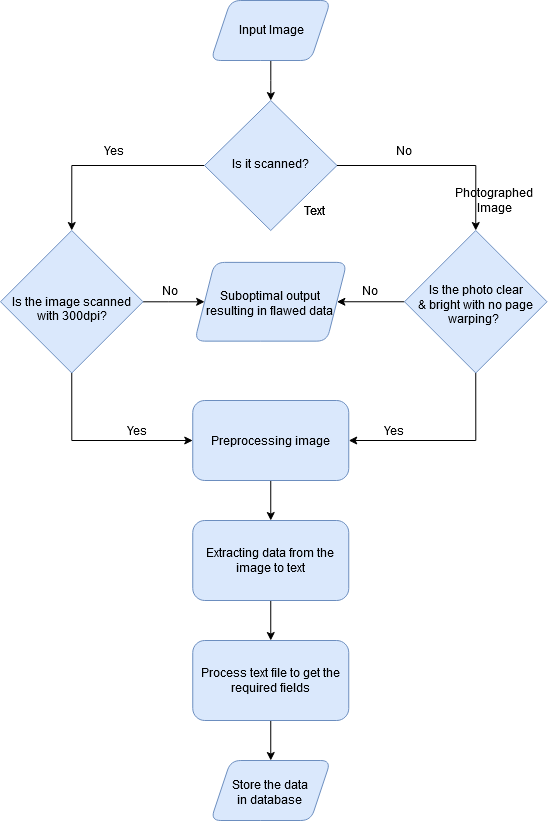
Earlier version of the draw.io export Untitled Diagram.png (NiThIn-S/first). Source tidied: cells renumbered, new cells last; positions are measured from the earlier drawing's top-left corner, leaving out a move shared by most shapes.
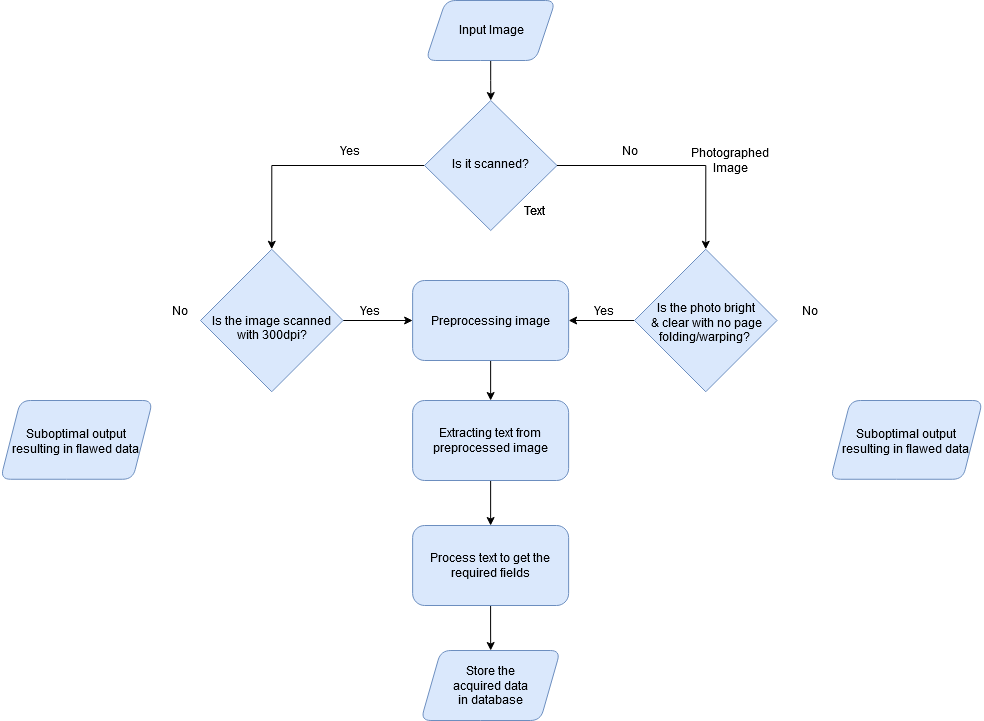
Later version of the same file.

The edit, as a diff of the source:
```diff
@@ -2,14 +2,11 @@
   <root>
     <mxCell id="0" />
     <mxCell id="1" parent="0" />
-    <mxCell id="2" style="edgeStyle=orthogonalEdgeStyle;rounded=0;jettySize=auto;html=1;exitX=0.5;exitY=1;exitDx=0;exitDy=0;entryX=1;entryY=0.5;entryDx=0;entryDy=0;" parent="1" edge="1" source="4" target="17">
+    <mxCell id="2" style="edgeStyle=orthogonalEdgeStyle;rounded=0;jettySize=auto;html=1;exitX=0;exitY=0.5;exitDx=0;exitDy=0;entryX=1;entryY=0.5;entryDx=0;entryDy=0;" parent="1" edge="1" source="4" target="17">
       <mxGeometry relative="1" as="geometry" />
     </mxCell>
-    <mxCell id="3" style="edgeStyle=orthogonalEdgeStyle;rounded=0;jettySize=auto;html=1;exitX=0;exitY=0.5;exitDx=0;exitDy=0;entryX=1;entryY=0.5;entryDx=0;entryDy=0;" parent="1" edge="1" source="4" target="27">
-      <mxGeometry relative="1" as="geometry" />
-    </mxCell>
-    <mxCell id="4" value="Is the photo clear&lt;div&gt;&amp;amp; bright with no page warping?&amp;nbsp; &lt;br&gt;&lt;/div&gt;" style="rhombus;whiteSpace=wrap;shadow=0;fontFamily=Helvetica;fontSize=12;align=center;strokeWidth=1;spacing=6;spacingTop=6;verticalAlign=middle;textDirection=ltr;html=1;horizontal=1;fillColor=#dae8fc;strokeColor=#6c8ebf;labelPosition=center;verticalLabelPosition=middle;" parent="1" vertex="1">
-      <mxGeometry x="404" y="230" width="142.5" height="142.5" as="geometry" />
+    <mxCell id="4" value="Is the photo bright&lt;div&gt;&amp;amp; clear with no page folding/warping?&amp;nbsp; &lt;br&gt;&lt;/div&gt;" style="rhombus;whiteSpace=wrap;shadow=0;fontFamily=Helvetica;fontSize=12;align=center;strokeWidth=1;spacing=6;spacingTop=4;verticalAlign=middle;textDirection=ltr;html=1;horizontal=1;fillColor=#dae8fc;strokeColor=#6c8ebf;labelPosition=center;verticalLabelPosition=middle;spacingLeft=1;" parent="1" vertex="1">
+      <mxGeometry x="414" y="248.8" width="142.5" height="142.5" as="geometry" />
     </mxCell>
     <mxCell id="5" style="edgeStyle=orthogonalEdgeStyle;rounded=0;jettySize=auto;html=1;entryX=0.5;entryY=0;entryDx=0;entryDy=0;" parent="1" edge="1" source="7" target="10">
       <mxGeometry relative="1" as="geometry" />
@@ -20,20 +17,17 @@
     <mxCell id="7" value="&lt;br/&gt;&lt;br/&gt;&lt;p class=&quot;MsoNormal&quot; style=&quot;text-align: center&quot; align=&quot;center&quot;&gt;&lt;span lang=&quot;EN-IN&quot;&gt;Is it scanned?&lt;/span&gt;&lt;/p&gt;&lt;br/&gt;&lt;br/&gt;" style="rhombus;whiteSpace=wrap;html=1;shadow=0;fontFamily=Helvetica;fontSize=12;align=center;strokeWidth=1;spacing=6;spacingTop=-4;fillColor=#dae8fc;strokeColor=#6c8ebf;" parent="1" vertex="1">
       <mxGeometry x="204" y="100" width="132.5" height="130" as="geometry" />
     </mxCell>
-    <mxCell id="8" style="edgeStyle=orthogonalEdgeStyle;rounded=0;jettySize=auto;html=1;exitX=0.5;exitY=1;exitDx=0;exitDy=0;entryX=0;entryY=0.5;entryDx=0;entryDy=0;" parent="1" edge="1" source="10" target="17">
+    <mxCell id="8" style="edgeStyle=orthogonalEdgeStyle;rounded=0;jettySize=auto;html=1;exitX=1;exitY=0.5;exitDx=0;exitDy=0;entryX=0;entryY=0.5;entryDx=0;entryDy=0;" parent="1" edge="1" source="10" target="17">
       <mxGeometry relative="1" as="geometry" />
     </mxCell>
-    <mxCell id="9" style="edgeStyle=orthogonalEdgeStyle;rounded=0;jettySize=auto;html=1;" parent="1" edge="1" source="10" target="27">
-      <mxGeometry relative="1" as="geometry" />
-    </mxCell>
     <mxCell id="10" value="&lt;div&gt;&lt;span&gt;&lt;br&gt;&lt;/span&gt;&lt;/div&gt;&lt;div&gt;&lt;span&gt;Is the image scanned&lt;/span&gt;&lt;span&gt; with 300dpi? &lt;/span&gt;&lt;/div&gt;" style="rhombus;whiteSpace=wrap;shadow=0;fontFamily=Helvetica;fontSize=12;align=center;strokeWidth=1;spacing=6;spacingTop=-1;verticalAlign=middle;textDirection=ltr;html=1;horizontal=1;fillColor=#dae8fc;strokeColor=#6c8ebf;labelPosition=center;verticalLabelPosition=middle;" parent="1" vertex="1">
-      <mxGeometry y="230" width="142.5" height="142.5" as="geometry" />
+      <mxGeometry x="-20" y="248.8" width="142.5" height="142.5" as="geometry" />
     </mxCell>
-    <mxCell id="11" value="Photographed Image" style="text;html=1;strokeColor=none;fillColor=none;align=center;verticalAlign=middle;whiteSpace=wrap;rounded=0;" parent="1" vertex="1">
-      <mxGeometry x="474" y="190" width="40" height="20" as="geometry" />
+    <mxCell id="11" value="Photographed Image" style="text;html=1;strokeColor=none;fillColor=none;align=center;verticalAlign=middle;whiteSpace=wrap;rounded=0;rotation=0;" parent="1" vertex="1">
+      <mxGeometry x="490" y="150" width="40" height="20" as="geometry" />
     </mxCell>
     <mxCell id="12" value="No" style="text;html=1;strokeColor=none;fillColor=none;align=center;verticalAlign=middle;whiteSpace=wrap;rounded=0;" parent="1" vertex="1">
-      <mxGeometry x="384" y="140" width="40" height="20" as="geometry" />
+      <mxGeometry x="390" y="140" width="40" height="20" as="geometry" />
     </mxCell>
     <mxCell id="13" value="Text" style="text;html=1;strokeColor=none;fillColor=none;align=center;verticalAlign=middle;whiteSpace=wrap;rounded=0;" parent="1" vertex="1">
       <mxGeometry x="294" y="200" width="40" height="20" as="geometry" />
@@ -42,49 +36,52 @@
       <mxGeometry x="294" y="200" width="40" height="20" as="geometry" />
     </mxCell>
     <mxCell id="15" value="Yes" style="text;html=1;strokeColor=none;fillColor=none;align=center;verticalAlign=middle;whiteSpace=wrap;rounded=0;" parent="1" vertex="1">
-      <mxGeometry x="94" y="140" width="40" height="20" as="geometry" />
+      <mxGeometry x="110" y="140" width="40" height="20" as="geometry" />
     </mxCell>
     <mxCell id="16" style="edgeStyle=orthogonalEdgeStyle;rounded=0;jettySize=auto;html=1;" parent="1" edge="1" source="17" target="19">
       <mxGeometry relative="1" as="geometry" />
     </mxCell>
     <mxCell id="17" value="Preprocessing image" style="rounded=1;whiteSpace=wrap;html=1;align=center;fillColor=#dae8fc;strokeColor=#6c8ebf;" parent="1" vertex="1">
-      <mxGeometry x="192.2" y="400" width="156" height="80" as="geometry" />
+      <mxGeometry x="192.1" y="280" width="156" height="80" as="geometry" />
     </mxCell>
     <mxCell id="18" style="edgeStyle=orthogonalEdgeStyle;rounded=0;jettySize=auto;html=1;" parent="1" edge="1" source="19" target="21">
       <mxGeometry relative="1" as="geometry" />
     </mxCell>
-    <mxCell id="19" value="Extracting data from the image to text" style="rounded=1;whiteSpace=wrap;html=1;align=center;fillColor=#dae8fc;strokeColor=#6c8ebf;spacing=0;" parent="1" vertex="1">
-      <mxGeometry x="192.3" y="520" width="156" height="80" as="geometry" />
+    <mxCell id="19" value="Extracting text from preprocessed image" style="rounded=1;whiteSpace=wrap;html=1;align=center;fillColor=#dae8fc;strokeColor=#6c8ebf;spacing=0;" parent="1" vertex="1">
+      <mxGeometry x="192.1" y="400" width="156" height="80" as="geometry" />
     </mxCell>
     <mxCell id="20" style="edgeStyle=orthogonalEdgeStyle;rounded=0;jettySize=auto;html=1;" parent="1" edge="1" source="21" target="22">
       <mxGeometry relative="1" as="geometry" />
     </mxCell>
-    <mxCell id="21" value="Process text file to get the required fields" style="rounded=1;whiteSpace=wrap;html=1;align=center;fillColor=#dae8fc;strokeColor=#6c8ebf;" parent="1" vertex="1">
-      <mxGeometry x="192.3" y="640" width="156" height="80" as="geometry" />
+    <mxCell id="21" value="Process text to get the required fields" style="rounded=1;whiteSpace=wrap;html=1;align=center;fillColor=#dae8fc;strokeColor=#6c8ebf;" parent="1" vertex="1">
+      <mxGeometry x="192.1" y="525" width="156" height="80" as="geometry" />
     </mxCell>
-    <mxCell id="22" value="&lt;div&gt;Store the data&lt;/div&gt;&lt;div&gt;in database&lt;br&gt;&lt;/div&gt;" style="shape=parallelogram;perimeter=parallelogramPerimeter;whiteSpace=wrap;html=1;fixedSize=1;rounded=1;strokeColor=#6c8ebf;fillColor=#dae8fc;spacingTop=3;" parent="1" vertex="1">
-      <mxGeometry x="210.2" y="760" width="120" height="60" as="geometry" />
+    <mxCell id="22" value="&lt;div&gt;Store the &lt;br&gt;&lt;/div&gt;&lt;div&gt;acquired data&lt;/div&gt;&lt;div&gt;in database&lt;br&gt;&lt;/div&gt;" style="shape=parallelogram;perimeter=parallelogramPerimeter;whiteSpace=wrap;html=1;fixedSize=1;rounded=1;strokeColor=#6c8ebf;fillColor=#dae8fc;spacingTop=-1;spacingLeft=1;" parent="1" vertex="1">
+      <mxGeometry x="200.4" y="650" width="139.5" height="70" as="geometry" />
     </mxCell>
     <mxCell id="23" style="edgeStyle=orthogonalEdgeStyle;rounded=0;jettySize=auto;html=1;" parent="1" edge="1" source="24" target="7">
       <mxGeometry relative="1" as="geometry" />
     </mxCell>
     <mxCell id="24" value="&#10;Input Image&#10;&#10;" style="shape=parallelogram;perimeter=parallelogramPerimeter;whiteSpace=wrap;html=1;fixedSize=1;rounded=1;strokeColor=#6c8ebf;fillColor=#dae8fc;labelPosition=center;verticalLabelPosition=middle;align=center;verticalAlign=middle;strokeWidth=1;spacingLeft=2;spacingTop=13;" parent="1" vertex="1">
-      <mxGeometry x="210.2" width="120" height="60" as="geometry" />
+      <mxGeometry x="205.3" width="129.8" height="60" as="geometry" />
     </mxCell>
     <mxCell id="25" value="Yes" style="text;html=1;strokeColor=none;fillColor=none;align=center;verticalAlign=middle;whiteSpace=wrap;rounded=0;" parent="1" vertex="1">
-      <mxGeometry x="116.5" y="420" width="40" height="20" as="geometry" />
+      <mxGeometry x="130" y="300" width="40" height="20" as="geometry" />
     </mxCell>
     <mxCell id="26" value="Yes" style="text;html=1;strokeColor=none;fillColor=none;align=center;verticalAlign=middle;whiteSpace=wrap;rounded=0;" parent="1" vertex="1">
-      <mxGeometry x="374" y="420" width="40" height="20" as="geometry" />
+      <mxGeometry x="364" y="300" width="40" height="20" as="geometry" />
     </mxCell>
     <mxCell id="27" value="&lt;div&gt;Suboptimal output&lt;/div&gt;&lt;div&gt;resulting in flawed data&lt;br&gt;&lt;/div&gt;" style="shape=parallelogram;perimeter=parallelogramPerimeter;whiteSpace=wrap;html=1;fixedSize=1;rounded=1;strokeColor=#6c8ebf;fillColor=#dae8fc;spacingTop=3;" parent="1" vertex="1">
-      <mxGeometry x="194.1" y="261.9" width="152.2" height="78.8" as="geometry" />
+      <mxGeometry x="610" y="400" width="152.2" height="78.8" as="geometry" />
     </mxCell>
     <mxCell id="28" value="No" style="text;html=1;strokeColor=none;fillColor=none;align=center;verticalAlign=middle;whiteSpace=wrap;rounded=0;" parent="1" vertex="1">
-      <mxGeometry x="350" y="280" width="40" height="20" as="geometry" />
+      <mxGeometry x="570" y="300" width="40" height="20" as="geometry" />
     </mxCell>
     <mxCell id="29" value="No" style="text;html=1;strokeColor=none;fillColor=none;align=center;verticalAlign=middle;whiteSpace=wrap;rounded=0;" parent="1" vertex="1">
-      <mxGeometry x="149.8" y="280" width="40" height="20" as="geometry" />
+      <mxGeometry x="-60" y="300" width="40" height="20" as="geometry" />
     </mxCell>
+    <mxCell id="30" value="&lt;div&gt;Suboptimal output&lt;/div&gt;&lt;div&gt;resulting in flawed data&lt;br&gt;&lt;/div&gt;" style="shape=parallelogram;perimeter=parallelogramPerimeter;whiteSpace=wrap;html=1;fixedSize=1;rounded=1;strokeColor=#6c8ebf;fillColor=#dae8fc;spacingTop=3;" parent="1" vertex="1">
+      <mxGeometry x="-220" y="400" width="152.2" height="78.8" as="geometry" />
+    </mxCell>
   </root>
 </mxGraphModel>
```
